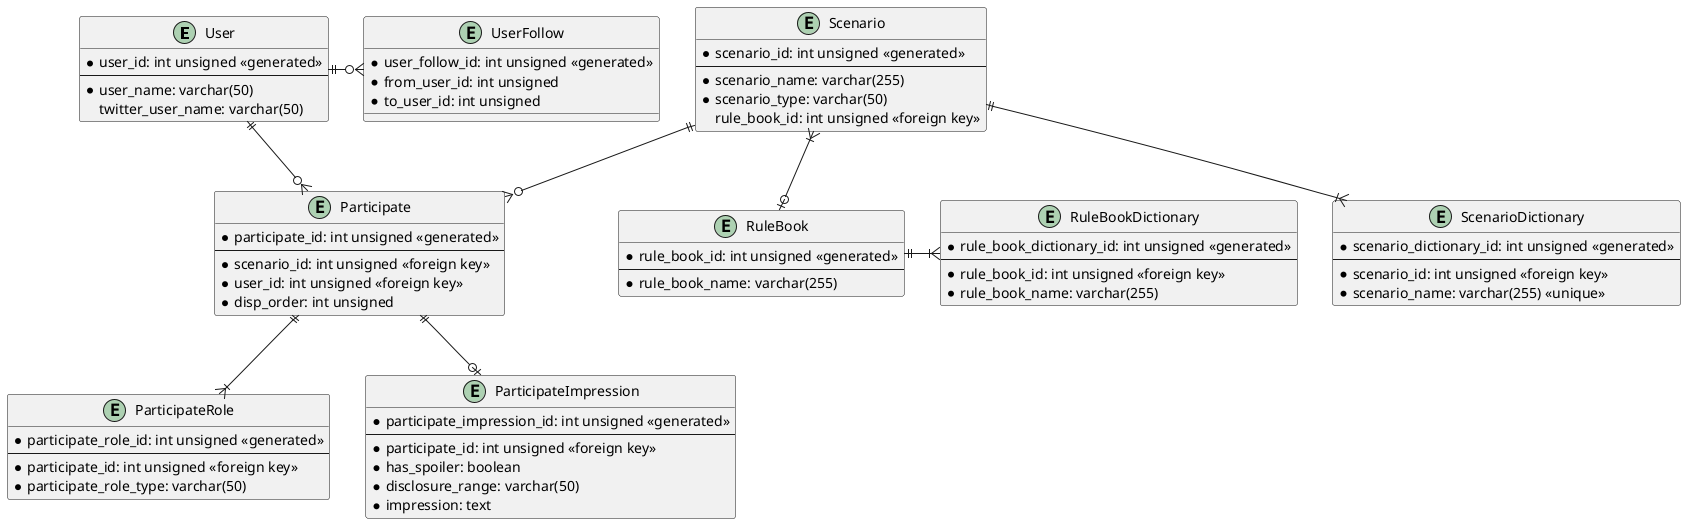
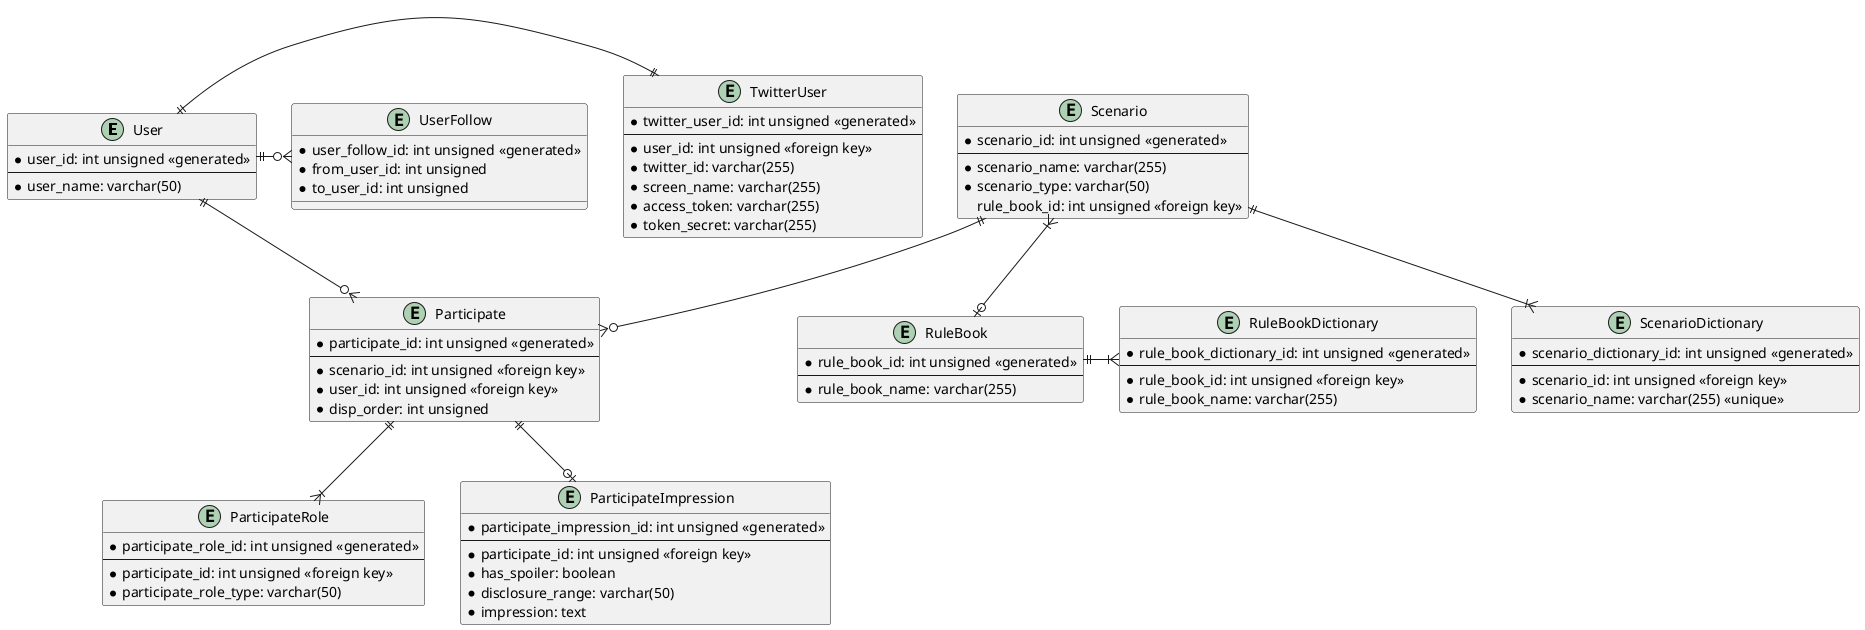
@startuml
'https://plantuml.com/class-diagram

entity User {
    * user_id: int unsigned <<generated>>
    --
    * user_name: varchar(50)
-     twitter_user_name: varchar(50)
}
+ 
+ entity TwitterUser {
+ 	* twitter_user_id: int unsigned <<generated>>
+ 	--
+ 	* user_id: int unsigned <<foreign key>>
+ 	* twitter_id: varchar(255)
+ 	* screen_name: varchar(255)
+ 	* access_token: varchar(255)
+ 	* token_secret: varchar(255)
+ }
+ 
+ User ||-|| TwitterUser

entity UserFollow {
    * user_follow_id: int unsigned <<generated>>
    * from_user_id: int unsigned
    * to_user_id: int unsigned
}

User ||-o{ UserFollow

entity RuleBook {
    * rule_book_id: int unsigned <<generated>>
    --
    * rule_book_name: varchar(255)
}

entity RuleBookDictionary {
    * rule_book_dictionary_id: int unsigned <<generated>>
    --
    * rule_book_id: int unsigned <<foreign key>>
    * rule_book_name: varchar(255)
}

RuleBook ||-|{ RuleBookDictionary

entity Scenario {
    * scenario_id: int unsigned <<generated>>
    --
    * scenario_name: varchar(255)
    * scenario_type: varchar(50)
    rule_book_id: int unsigned <<foreign key>>
}

entity ScenarioDictionary {
    * scenario_dictionary_id: int unsigned <<generated>>
    --
    * scenario_id: int unsigned <<foreign key>>
    * scenario_name: varchar(255) <<unique>>
}

Scenario ||--|{ ScenarioDictionary
Scenario }|--o| RuleBook

entity Participate {
    * participate_id: int unsigned <<generated>>
    --
    * scenario_id: int unsigned <<foreign key>>
    * user_id: int unsigned <<foreign key>>
    * disp_order: int unsigned
}

User ||--o{ Participate
Scenario ||--o{ Participate

entity ParticipateRole {
    * participate_role_id: int unsigned <<generated>>
    --
    * participate_id: int unsigned <<foreign key>>
    * participate_role_type: varchar(50)
}

Participate ||--|{ ParticipateRole

entity ParticipateImpression {
	* participate_impression_id: int unsigned <<generated>>
	--
	* participate_id: int unsigned <<foreign key>>
	* has_spoiler: boolean
	* disclosure_range: varchar(50)
	* impression: text
}

Participate ||--o| ParticipateImpression
@enduml